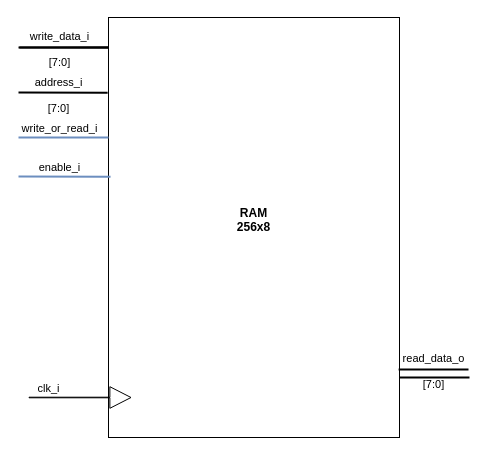
The draw.io diagram Blockbeschreibungen/RAM_beschreibung.drawio in graefjk/RO2, before the edit. Source tidied: cells renumbered, new cells numbered last; positions are measured from the earlier drawing's top-left corner, leaving out a move shared by most shapes. Both pictures are drawn from the tidied source at 100%, with x=0, y=0 at pixel (18, 17).
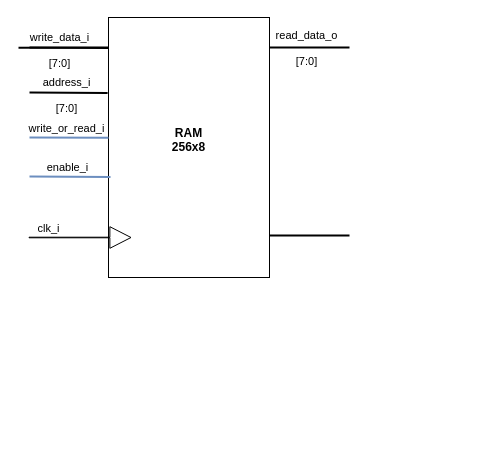
The same diagram, later.

What changed in the source:
```diff
@@
-    <mxCell id="2" style="edgeStyle=orthogonalEdgeStyle;rounded=0;jettySize=auto;html=1;endArrow=none;endFill=0;strokeWidth=2;" parent="1" edge="1" source="3">
+    <mxCell id="2" style="edgeStyle=orthogonalEdgeStyle;rounded=0;orthogonalLoop=1;jettySize=auto;html=1;endArrow=none;endFill=0;strokeWidth=2;" parent="1" edge="1">
       <mxGeometry relative="1" as="geometry">
-        <mxPoint x="451" y="360" as="targetPoint" />
+        <mxPoint x="251" y="30" as="sourcePoint" />
+        <mxPoint x="331" y="30" as="targetPoint" />
         <Array as="points">
-          <mxPoint x="401" y="360" />
-          <mxPoint x="401" y="360" />
+          <mxPoint x="291" y="30" />
+          <mxPoint x="291" y="30" />
         </Array>
       </mxGeometry>
     </mxCell>
     <mxCell id="3" value="&lt;b&gt;RAM&lt;/b&gt;&lt;div&gt;&lt;b&gt;256x8&lt;/b&gt;&lt;/div&gt;&lt;div&gt;&lt;b&gt;&lt;br&gt;&lt;/b&gt;&lt;/div&gt;" style="rounded=0;whiteSpace=wrap;html=1;" parent="1" vertex="1">
-      <mxGeometry x="90" width="291" height="420" as="geometry" />
+      <mxGeometry x="90" width="161" height="260" as="geometry" />
     </mxCell>
-    <mxCell id="4" style="endArrow=none;html=1;rounded=0;labelBackgroundColor=none;startSize=8;endSize=8;strokeColor=#000000;strokeWidth=2;jumpSize=8;entryX=-0.003;entryY=0.179;entryDx=0;entryDy=0;entryPerimeter=0;fillColor=#dae8fc;" parent="1" edge="1" target="3">
+    <mxCell id="4" style="endArrow=none;html=1;rounded=0;labelBackgroundColor=none;startSize=8;endSize=8;strokeColor=#000000;strokeWidth=2;jumpSize=8;entryX=-0.003;entryY=0.179;entryDx=0;entryDy=0;entryPerimeter=0;fillColor=#dae8fc;" parent="1" edge="1">
       <mxGeometry relative="1" as="geometry">
-        <mxPoint y="75" as="sourcePoint" />
+        <mxPoint x="11" y="75" as="sourcePoint" />
+        <mxPoint x="89.1" y="75.4" as="targetPoint" />
       </mxGeometry>
     </mxCell>
@@
     <mxCell id="6" style="endArrow=none;html=1;rounded=0;labelBackgroundColor=none;startSize=8;endSize=8;strokeColor=#6c8ebf;strokeWidth=2;jumpSize=8;fillColor=#dae8fc;" parent="1" edge="1">
       <mxGeometry relative="1" as="geometry">
-        <mxPoint y="120" as="sourcePoint" />
-        <mxPoint x="90" y="120" as="targetPoint" />
+        <mxPoint x="11" y="120" as="sourcePoint" />
+        <mxPoint x="90" y="120.2" as="targetPoint" />
       </mxGeometry>
     </mxCell>
@@
-    <mxCell id="8" style="endArrow=none;html=1;rounded=0;labelBackgroundColor=none;startSize=8;endSize=8;strokeColor=default;strokeWidth=2;jumpSize=8;entryX=0;entryY=0.071;entryDx=0;entryDy=0;entryPerimeter=0;" parent="1" edge="1" target="3">
+    <mxCell id="8" style="endArrow=none;html=1;rounded=0;labelBackgroundColor=none;startSize=8;endSize=8;strokeColor=default;strokeWidth=2;jumpSize=8;entryX=0;entryY=0.071;entryDx=0;entryDy=0;entryPerimeter=0;" parent="1" edge="1">
       <mxGeometry relative="1" as="geometry">
-        <mxPoint y="30" as="sourcePoint" />
+        <mxPoint y="30.2" as="sourcePoint" />
+        <mxPoint x="90" y="30" as="targetPoint" />
       </mxGeometry>
     </mxCell>
@@
     <mxCell id="10" style="endArrow=none;html=1;rounded=0;labelBackgroundColor=none;startSize=8;endSize=8;strokeColor=default;strokeWidth=2;jumpSize=8;exitX=0.997;exitY=0.838;exitDx=0;exitDy=0;exitPerimeter=0;" parent="1" edge="1" source="3">
       <mxGeometry relative="1" as="geometry">
-        <mxPoint x="450" y="352" as="targetPoint" />
+        <mxPoint x="331" y="218" as="targetPoint" />
       </mxGeometry>
     </mxCell>
     <mxCell id="11" value="&lt;div&gt;read_data_o&lt;/div&gt;&lt;div&gt;&lt;br&gt;&lt;/div&gt;&lt;div&gt;[7:0]&lt;br&gt;&lt;/div&gt;" style="edgeLabel;html=1;align=center;verticalAlign=middle;labelBackgroundColor=none;" parent="10" vertex="1">
       <mxGeometry x="-0.37" y="-2" relative="1" as="geometry">
-        <mxPoint x="12" as="offset" />
+        <mxPoint x="12" y="-189.9" as="offset" />
       </mxGeometry>
     </mxCell>
-    <mxCell id="12" style="endArrow=none;html=1;rounded=0;labelBackgroundColor=none;startSize=8;endSize=8;strokeColor=#6c8ebf;strokeWidth=2;jumpSize=8;entryX=0.007;entryY=0.379;entryDx=0;entryDy=0;entryPerimeter=0;fillColor=#dae8fc;" parent="1" edge="1" target="3">
+    <mxCell id="12" style="endArrow=none;html=1;rounded=0;labelBackgroundColor=none;startSize=8;endSize=8;strokeColor=#6c8ebf;strokeWidth=2;jumpSize=8;entryX=0.007;entryY=0.379;entryDx=0;entryDy=0;entryPerimeter=0;fillColor=#dae8fc;" parent="1" edge="1">
       <mxGeometry relative="1" as="geometry">
-        <mxPoint y="159" as="sourcePoint" />
+        <mxPoint x="11" y="159" as="sourcePoint" />
+        <mxPoint x="92" y="159.4" as="targetPoint" />
       </mxGeometry>
     </mxCell>
@@
     <mxCell id="14" style="shape=flexArrow;endArrow=classic;html=1;strokeWidth=1;width=0.5714285714285714;endSize=6.714285714285714;" parent="1" edge="1">
       <mxGeometry relative="1" as="geometry">
-        <mxPoint x="10" y="380" as="sourcePoint" />
-        <mxPoint x="113" y="380" as="targetPoint" />
+        <mxPoint x="10" y="220" as="sourcePoint" />
+        <mxPoint x="113" y="220" as="targetPoint" />
       </mxGeometry>
     </mxCell>
@@
     <mxCell id="16" style="endArrow=none;html=1;rounded=0;labelBackgroundColor=none;startSize=8;endSize=8;strokeColor=#000000;strokeWidth=2;jumpSize=8;entryX=-0.003;entryY=0.179;entryDx=0;entryDy=0;entryPerimeter=0;fillColor=#dae8fc;" parent="1" edge="1">
       <mxGeometry relative="1" as="geometry">
-        <mxPoint x="0.9" y="30" as="sourcePoint" />
-        <mxPoint x="90" y="30.2" as="targetPoint" />
+        <mxPoint x="11" y="30" as="sourcePoint" />
+        <mxPoint x="90" y="30.4" as="targetPoint" />
       </mxGeometry>
     </mxCell>
```
